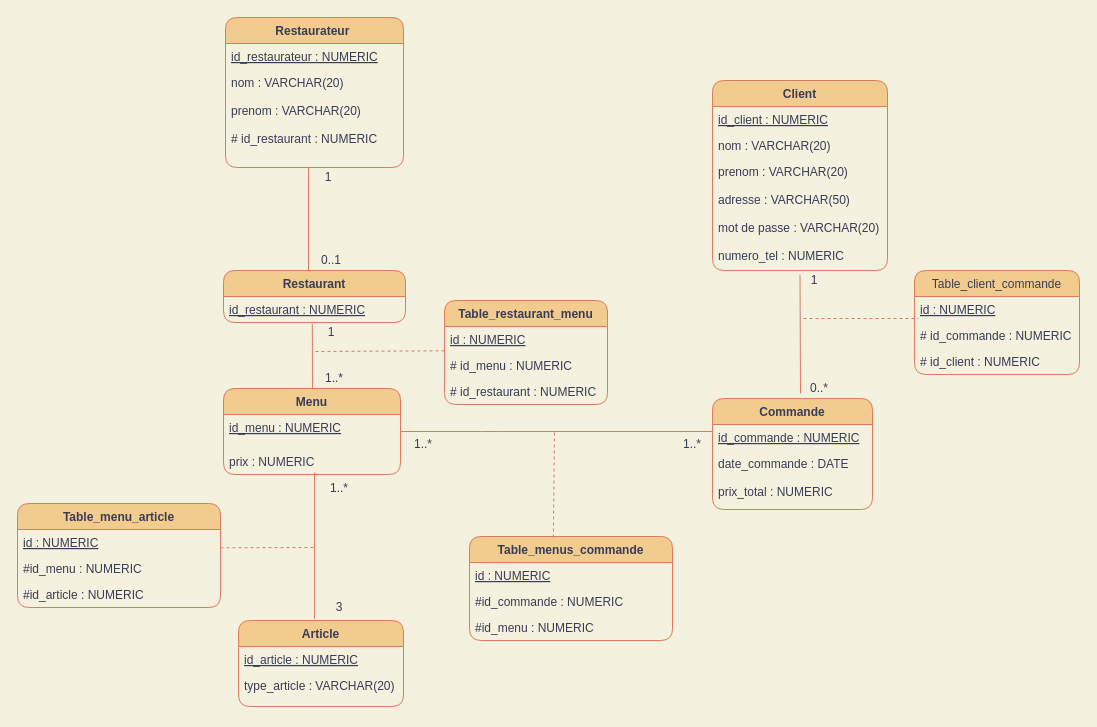
Earlier version of the draw.io diagram diagramme_base_de_donnees.drawio (TheAIWizard/Ensaeats). Source tidied: cells renumbered, new cells numbered last; positions are measured from the earlier drawing's top-left corner, leaving out a move shared by most shapes. Both pictures are drawn from the tidied source at 100%, with x=0, y=0 at pixel (17, 17).
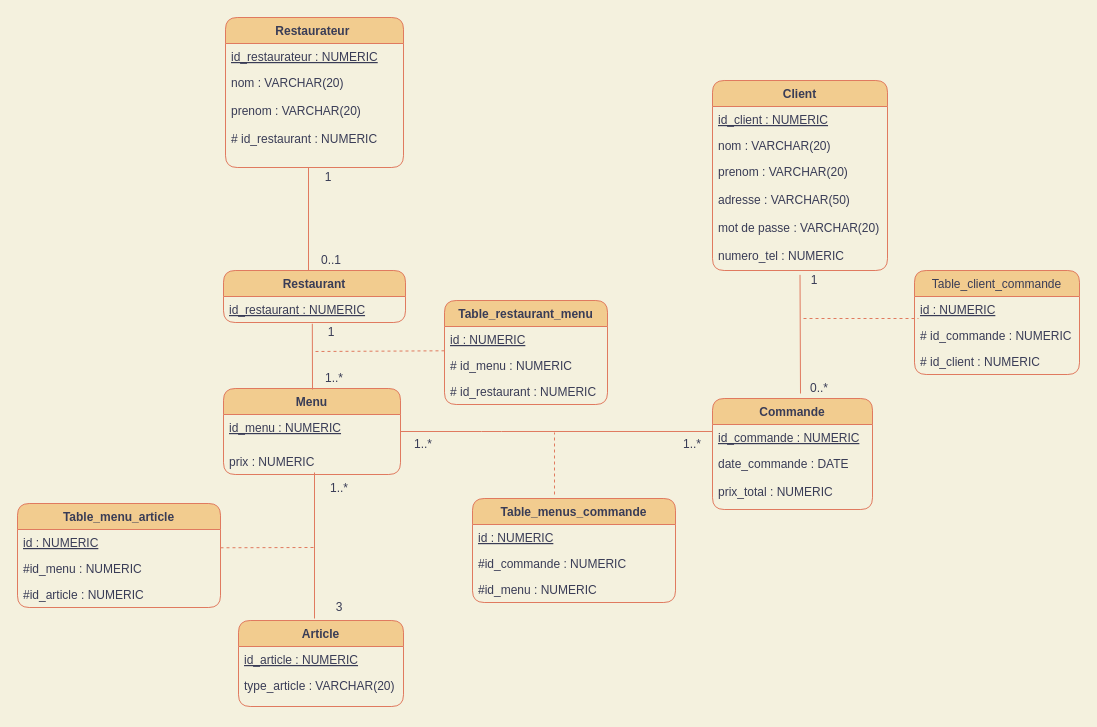
Above is the later version.

Change to the diagram source:
```diff
@@
     <mxCell id="30" value="Table_menus_commande" style="swimlane;fontStyle=1;horizontal=1;startSize=26;sketch=0;strokeColor=#E07A5F;fillColor=#F2CC8F;fontColor=#393C56;rounded=1;" parent="1" vertex="1">
-      <mxGeometry x="452" y="519" width="203" height="104" as="geometry" />
+      <mxGeometry x="455" y="481" width="203" height="104" as="geometry" />
     </mxCell>
@@
-    <mxCell id="46" style="endArrow=none;dashed=1;html=1;fontColor=#393C56;strokeColor=#E07A5F;fillColor=#F2CC8F;exitX=0.413;exitY=0.01;exitDx=0;exitDy=0;exitPerimeter=0;labelBackgroundColor=#F4F1DE;" parent="1" edge="1" source="30">
+    <mxCell id="46" style="endArrow=none;dashed=1;html=1;fontColor=#393C56;strokeColor=#E07A5F;fillColor=#F2CC8F;labelBackgroundColor=#F4F1DE;" parent="1" edge="1">
       <mxGeometry relative="1" as="geometry">
+        <mxPoint x="537" y="477" as="sourcePoint" />
         <mxPoint x="537" y="415" as="targetPoint" />
       </mxGeometry>
     </mxCell>
```
